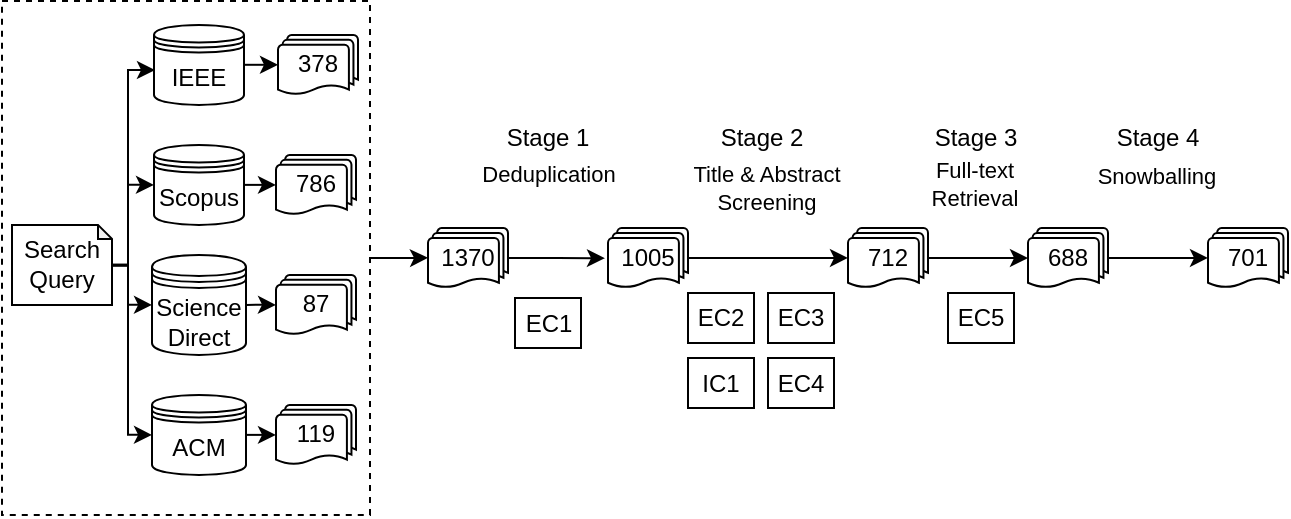
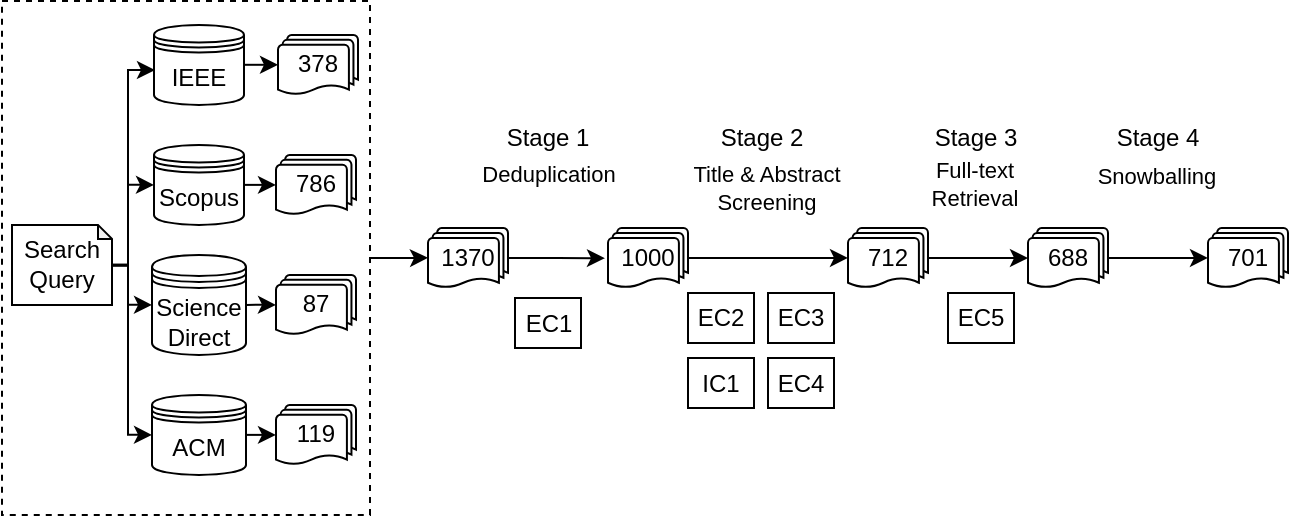
<mxfile host="app.diagrams.net" agent="Mozilla/5.0 (Windows NT 10.0; Win64; x64) AppleWebKit/537.36 (KHTML, like Gecko) Chrome/145.0.0.0 Safari/537.36">
  <diagram name="Page-1" id="EPD-pxOS8JDJHKGQRMdU">
-     <mxGraphModel dx="667" dy="357" grid="1" gridSize="10" guides="1" tooltips="1" connect="1" arrows="1" fold="1" page="1" pageScale="1" pageWidth="850" pageHeight="1100" math="0" shadow="0">
+     <mxGraphModel dx="728" dy="390" grid="1" gridSize="10" guides="1" tooltips="1" connect="1" arrows="1" fold="1" page="1" pageScale="1" pageWidth="850" pageHeight="1100" math="0" shadow="0">
      <root>
        <mxCell id="0" />
        <mxCell id="1" parent="0" />
        <mxCell id="lcWgrL02LOkPsSpJKyJC-1" edge="1" parent="1" source="lcWgrL02LOkPsSpJKyJC-2" style="edgeStyle=orthogonalEdgeStyle;rounded=0;orthogonalLoop=1;jettySize=auto;html=1;">
          <mxGeometry relative="1" as="geometry">
            <mxPoint x="360" y="204.87" as="targetPoint" />
          </mxGeometry>
        </mxCell>
        <mxCell id="lcWgrL02LOkPsSpJKyJC-2" parent="1" style="rounded=0;whiteSpace=wrap;html=1;dashed=1;movable=1;resizable=1;rotatable=1;deletable=1;editable=1;locked=0;connectable=1;" value="" vertex="1">
          <mxGeometry height="256.88" width="184" x="147" y="76.56" as="geometry" />
        </mxCell>
        <mxCell id="lcWgrL02LOkPsSpJKyJC-3" edge="1" parent="1" source="lcWgrL02LOkPsSpJKyJC-4" style="edgeStyle=orthogonalEdgeStyle;rounded=0;orthogonalLoop=1;jettySize=auto;html=1;entryX=0.011;entryY=0.565;entryDx=0;entryDy=0;entryPerimeter=0;" target="lcWgrL02LOkPsSpJKyJC-6">
          <mxGeometry relative="1" as="geometry">
            <Array as="points">
              <mxPoint x="210" y="208.44" />
              <mxPoint x="210" y="111.44" />
            </Array>
          </mxGeometry>
        </mxCell>
        <mxCell id="EugBpm1d8dsiI0s80T5x-1" edge="1" parent="1" source="lcWgrL02LOkPsSpJKyJC-4" style="edgeStyle=orthogonalEdgeStyle;rounded=0;orthogonalLoop=1;jettySize=auto;html=1;entryX=0;entryY=0.5;entryDx=0;entryDy=0;exitX=1.002;exitY=0.51;exitDx=0;exitDy=0;exitPerimeter=0;" target="uM7LAKjQwFEnnQu7Dd1V-1">
          <mxGeometry relative="1" as="geometry">
            <Array as="points">
              <mxPoint x="210" y="208.44" />
              <mxPoint x="210" y="228.44" />
            </Array>
          </mxGeometry>
        </mxCell>
        <mxCell id="EugBpm1d8dsiI0s80T5x-2" edge="1" parent="1" source="lcWgrL02LOkPsSpJKyJC-4" style="edgeStyle=orthogonalEdgeStyle;rounded=0;orthogonalLoop=1;jettySize=auto;html=1;entryX=0;entryY=0.5;entryDx=0;entryDy=0;" target="uM7LAKjQwFEnnQu7Dd1V-5">
          <mxGeometry relative="1" as="geometry">
            <Array as="points">
              <mxPoint x="210" y="208.44" />
              <mxPoint x="210" y="293.44" />
            </Array>
          </mxGeometry>
        </mxCell>
        <mxCell id="lcWgrL02LOkPsSpJKyJC-4" parent="1" style="shape=note;whiteSpace=wrap;html=1;backgroundOutline=1;darkOpacity=0.05;size=7;" value="Search&lt;div&gt;Query&lt;/div&gt;" vertex="1">
          <mxGeometry height="40" width="50" x="152" y="188.44" as="geometry" />
        </mxCell>
        <mxCell id="lcWgrL02LOkPsSpJKyJC-5" parent="1" style="shape=datastore;whiteSpace=wrap;html=1;" value="Scopus" vertex="1">
          <mxGeometry height="40" width="45" x="223" y="148.44" as="geometry" />
        </mxCell>
        <mxCell id="lcWgrL02LOkPsSpJKyJC-6" parent="1" style="shape=datastore;whiteSpace=wrap;html=1;" value="IEEE" vertex="1">
          <mxGeometry height="40" width="45" x="223" y="88.44" as="geometry" />
        </mxCell>
        <mxCell id="lcWgrL02LOkPsSpJKyJC-7" edge="1" parent="1" source="lcWgrL02LOkPsSpJKyJC-4" style="edgeStyle=orthogonalEdgeStyle;rounded=0;orthogonalLoop=1;jettySize=auto;html=1;entryX=0;entryY=0.5;entryDx=0;entryDy=0;exitX=1;exitY=0.504;exitDx=0;exitDy=0;exitPerimeter=0;" target="lcWgrL02LOkPsSpJKyJC-5">
          <mxGeometry relative="1" as="geometry">
            <Array as="points">
              <mxPoint x="210" y="208.44" />
              <mxPoint x="210" y="168.44" />
            </Array>
            <mxPoint x="170" y="138.44" as="sourcePoint" />
          </mxGeometry>
        </mxCell>
        <mxCell id="lcWgrL02LOkPsSpJKyJC-8" parent="1" style="strokeWidth=1;html=1;shape=mxgraph.flowchart.multi-document;whiteSpace=wrap;" value="786" vertex="1">
          <mxGeometry height="30" width="40" x="284" y="153.44" as="geometry" />
        </mxCell>
        <mxCell id="lcWgrL02LOkPsSpJKyJC-9" parent="1" style="strokeWidth=1;html=1;shape=mxgraph.flowchart.multi-document;whiteSpace=wrap;" value="378" vertex="1">
          <mxGeometry height="30" width="40" x="285" y="93.44" as="geometry" />
        </mxCell>
        <mxCell id="lcWgrL02LOkPsSpJKyJC-12" edge="1" parent="1" source="lcWgrL02LOkPsSpJKyJC-14" style="edgeStyle=orthogonalEdgeStyle;rounded=0;orthogonalLoop=1;jettySize=auto;html=1;entryX=-0.038;entryY=0.504;entryDx=0;entryDy=0;entryPerimeter=0;" target="lcWgrL02LOkPsSpJKyJC-17">
          <mxGeometry relative="1" as="geometry">
            <mxPoint x="470" y="205" as="targetPoint" />
          </mxGeometry>
        </mxCell>
        <mxCell id="lcWgrL02LOkPsSpJKyJC-13" connectable="0" parent="lcWgrL02LOkPsSpJKyJC-12" style="edgeLabel;html=1;align=center;verticalAlign=middle;resizable=0;points=[];" value="Deduplication" vertex="1">
          <mxGeometry relative="1" x="-0.0065" y="-1" as="geometry">
            <mxPoint x="-4" y="-43" as="offset" />
          </mxGeometry>
        </mxCell>
        <mxCell id="lcWgrL02LOkPsSpJKyJC-14" parent="1" style="strokeWidth=1;html=1;shape=mxgraph.flowchart.multi-document;whiteSpace=wrap;" value="1370" vertex="1">
          <mxGeometry height="30" width="40" x="360" y="190" as="geometry" />
        </mxCell>
        <mxCell id="lcWgrL02LOkPsSpJKyJC-15" edge="1" parent="1" source="lcWgrL02LOkPsSpJKyJC-17" style="edgeStyle=orthogonalEdgeStyle;rounded=0;orthogonalLoop=1;jettySize=auto;html=1;entryX=0;entryY=0.5;entryDx=0;entryDy=0;entryPerimeter=0;" target="lcWgrL02LOkPsSpJKyJC-19">
          <mxGeometry relative="1" as="geometry">
            <Array as="points" />
            <mxPoint x="570" y="205.00000000000006" as="targetPoint" />
          </mxGeometry>
        </mxCell>
        <mxCell id="lcWgrL02LOkPsSpJKyJC-16" connectable="0" parent="lcWgrL02LOkPsSpJKyJC-15" style="edgeLabel;html=1;align=center;verticalAlign=middle;resizable=0;points=[];" value="Title &amp;amp; Abstract&lt;div&gt;Screening&lt;/div&gt;" vertex="1">
          <mxGeometry relative="1" x="-0.1294" y="-1" as="geometry">
            <mxPoint x="4" y="-36" as="offset" />
          </mxGeometry>
        </mxCell>
-         <mxCell id="lcWgrL02LOkPsSpJKyJC-17" parent="1" style="strokeWidth=1;html=1;shape=mxgraph.flowchart.multi-document;whiteSpace=wrap;" value="1005" vertex="1">
+         <mxCell id="lcWgrL02LOkPsSpJKyJC-17" parent="1" style="strokeWidth=1;html=1;shape=mxgraph.flowchart.multi-document;whiteSpace=wrap;" value="1000" vertex="1">
          <mxGeometry height="30" width="40" x="450" y="189.99" as="geometry" />
        </mxCell>
        <mxCell id="lcWgrL02LOkPsSpJKyJC-18" parent="1" style="rounded=0;whiteSpace=wrap;html=1;" value="EC1" vertex="1">
          <mxGeometry height="25" width="33" x="403.5" y="225" as="geometry" />
        </mxCell>
        <mxCell id="lcWgrL02LOkPsSpJKyJC-19" parent="1" style="strokeWidth=1;html=1;shape=mxgraph.flowchart.multi-document;whiteSpace=wrap;" value="712" vertex="1">
          <mxGeometry height="30" width="40" x="570" y="189.99" as="geometry" />
        </mxCell>
        <mxCell id="lcWgrL02LOkPsSpJKyJC-20" parent="1" style="rounded=0;whiteSpace=wrap;html=1;" value="EC2" vertex="1">
          <mxGeometry height="25" width="33" x="490" y="222.5" as="geometry" />
        </mxCell>
        <mxCell id="lcWgrL02LOkPsSpJKyJC-21" parent="1" style="rounded=0;whiteSpace=wrap;html=1;" value="EC3" vertex="1">
          <mxGeometry height="25" width="33" x="530" y="222.5" as="geometry" />
        </mxCell>
        <mxCell id="lcWgrL02LOkPsSpJKyJC-22" parent="1" style="rounded=0;whiteSpace=wrap;html=1;" value="EC4" vertex="1">
          <mxGeometry height="25" width="33" x="530" y="255" as="geometry" />
        </mxCell>
        <mxCell id="3dYulXDm6Khn9t_g3C1X-1" edge="1" parent="1" source="lcWgrL02LOkPsSpJKyJC-23" style="edgeStyle=orthogonalEdgeStyle;rounded=0;orthogonalLoop=1;jettySize=auto;html=1;entryX=0;entryY=0.5;entryDx=0;entryDy=0;entryPerimeter=0;" target="3dYulXDm6Khn9t_g3C1X-2">
          <mxGeometry relative="1" as="geometry">
            <mxPoint x="850" y="205" as="targetPoint" />
          </mxGeometry>
        </mxCell>
        <mxCell id="3dYulXDm6Khn9t_g3C1X-3" connectable="0" parent="3dYulXDm6Khn9t_g3C1X-1" style="edgeLabel;html=1;align=center;verticalAlign=middle;resizable=0;points=[];" value="Snowballing" vertex="1">
          <mxGeometry relative="1" x="-0.0421" as="geometry">
            <mxPoint y="-41" as="offset" />
          </mxGeometry>
        </mxCell>
        <mxCell id="lcWgrL02LOkPsSpJKyJC-23" parent="1" style="strokeWidth=1;html=1;shape=mxgraph.flowchart.multi-document;whiteSpace=wrap;" value="688" vertex="1">
          <mxGeometry height="30" width="40" x="660" y="190" as="geometry" />
        </mxCell>
        <mxCell id="lcWgrL02LOkPsSpJKyJC-24" edge="1" parent="1" source="lcWgrL02LOkPsSpJKyJC-19" style="edgeStyle=orthogonalEdgeStyle;rounded=0;orthogonalLoop=1;jettySize=auto;html=1;entryX=0;entryY=0.5;entryDx=0;entryDy=0;entryPerimeter=0;" target="lcWgrL02LOkPsSpJKyJC-23">
          <mxGeometry relative="1" as="geometry" />
        </mxCell>
        <mxCell id="lcWgrL02LOkPsSpJKyJC-25" connectable="0" parent="lcWgrL02LOkPsSpJKyJC-24" style="edgeLabel;html=1;align=center;verticalAlign=middle;resizable=0;points=[];" value="Full-text&lt;div&gt;Retrieval&lt;/div&gt;" vertex="1">
          <mxGeometry relative="1" x="-0.1099" y="1" as="geometry">
            <mxPoint y="-36" as="offset" />
          </mxGeometry>
        </mxCell>
        <mxCell id="lcWgrL02LOkPsSpJKyJC-26" parent="1" style="rounded=0;whiteSpace=wrap;html=1;" value="EC5" vertex="1">
          <mxGeometry height="25" width="33" x="620" y="222.5" as="geometry" />
        </mxCell>
        <mxCell id="lcWgrL02LOkPsSpJKyJC-27" parent="1" style="rounded=0;whiteSpace=wrap;html=1;" value="IC1" vertex="1">
          <mxGeometry height="25" width="33" x="490" y="255" as="geometry" />
        </mxCell>
        <mxCell id="lcWgrL02LOkPsSpJKyJC-28" parent="1" style="text;html=1;whiteSpace=wrap;strokeColor=none;fillColor=none;align=center;verticalAlign=middle;rounded=0;" value="Stage 1" vertex="1">
          <mxGeometry height="30" width="60" x="390" y="130" as="geometry" />
        </mxCell>
        <mxCell id="lcWgrL02LOkPsSpJKyJC-29" parent="1" style="text;html=1;whiteSpace=wrap;strokeColor=none;fillColor=none;align=center;verticalAlign=middle;rounded=0;" value="Stage 2" vertex="1">
          <mxGeometry height="30" width="60" x="497" y="130" as="geometry" />
        </mxCell>
        <mxCell id="lcWgrL02LOkPsSpJKyJC-30" parent="1" style="text;html=1;whiteSpace=wrap;strokeColor=none;fillColor=none;align=center;verticalAlign=middle;rounded=0;" value="Stage 3" vertex="1">
          <mxGeometry height="30" width="60" x="604" y="130" as="geometry" />
        </mxCell>
        <mxCell id="3dYulXDm6Khn9t_g3C1X-2" parent="1" style="strokeWidth=1;html=1;shape=mxgraph.flowchart.multi-document;whiteSpace=wrap;" value="701" vertex="1">
          <mxGeometry height="30" width="40" x="750" y="189.99" as="geometry" />
        </mxCell>
        <mxCell id="3dYulXDm6Khn9t_g3C1X-7" parent="1" style="text;html=1;whiteSpace=wrap;strokeColor=none;fillColor=none;align=center;verticalAlign=middle;rounded=0;" value="Stage 4" vertex="1">
          <mxGeometry height="30" width="60" x="695" y="130" as="geometry" />
        </mxCell>
        <mxCell id="3dYulXDm6Khn9t_g3C1X-10" edge="1" parent="1" source="lcWgrL02LOkPsSpJKyJC-5" style="edgeStyle=orthogonalEdgeStyle;rounded=0;orthogonalLoop=1;jettySize=auto;html=1;entryX=0;entryY=0.5;entryDx=0;entryDy=0;entryPerimeter=0;" target="lcWgrL02LOkPsSpJKyJC-8">
          <mxGeometry relative="1" as="geometry">
            <Array as="points">
              <mxPoint x="260" y="168.44" />
              <mxPoint x="260" y="168.44" />
            </Array>
          </mxGeometry>
        </mxCell>
        <mxCell id="3dYulXDm6Khn9t_g3C1X-11" edge="1" parent="1" source="lcWgrL02LOkPsSpJKyJC-6" style="edgeStyle=orthogonalEdgeStyle;rounded=0;orthogonalLoop=1;jettySize=auto;html=1;entryX=0;entryY=0.5;entryDx=0;entryDy=0;entryPerimeter=0;" target="lcWgrL02LOkPsSpJKyJC-9">
          <mxGeometry relative="1" as="geometry">
            <Array as="points">
              <mxPoint x="285" y="108.44" />
            </Array>
          </mxGeometry>
        </mxCell>
        <mxCell id="3dYulXDm6Khn9t_g3C1X-12" edge="1" parent="1" source="lcWgrL02LOkPsSpJKyJC-22" style="edgeStyle=orthogonalEdgeStyle;rounded=0;orthogonalLoop=1;jettySize=auto;html=1;exitX=0.5;exitY=1;exitDx=0;exitDy=0;" target="lcWgrL02LOkPsSpJKyJC-22">
          <mxGeometry relative="1" as="geometry" />
        </mxCell>
        <mxCell id="uM7LAKjQwFEnnQu7Dd1V-1" parent="1" style="shape=datastore;whiteSpace=wrap;html=1;" value="Science&lt;div&gt;Direct&lt;/div&gt;" vertex="1">
          <mxGeometry height="50" width="47" x="222" y="203.44" as="geometry" />
        </mxCell>
        <mxCell id="uM7LAKjQwFEnnQu7Dd1V-2" parent="1" style="strokeWidth=1;html=1;shape=mxgraph.flowchart.multi-document;whiteSpace=wrap;" value="87" vertex="1">
          <mxGeometry height="30" width="40" x="284" y="213.44" as="geometry" />
        </mxCell>
        <mxCell id="uM7LAKjQwFEnnQu7Dd1V-5" parent="1" style="shape=datastore;whiteSpace=wrap;html=1;" value="ACM" vertex="1">
          <mxGeometry height="40" width="47" x="222" y="273.44" as="geometry" />
        </mxCell>
        <mxCell id="uM7LAKjQwFEnnQu7Dd1V-6" parent="1" style="strokeWidth=1;html=1;shape=mxgraph.flowchart.multi-document;whiteSpace=wrap;" value="119" vertex="1">
          <mxGeometry height="30" width="40" x="284" y="278.44" as="geometry" />
        </mxCell>
        <mxCell id="EugBpm1d8dsiI0s80T5x-3" edge="1" parent="1" source="uM7LAKjQwFEnnQu7Dd1V-1" style="edgeStyle=orthogonalEdgeStyle;rounded=0;orthogonalLoop=1;jettySize=auto;html=1;entryX=0;entryY=0.5;entryDx=0;entryDy=0;entryPerimeter=0;exitX=1;exitY=0.5;exitDx=0;exitDy=0;" target="uM7LAKjQwFEnnQu7Dd1V-2">
          <mxGeometry relative="1" as="geometry">
            <Array as="points">
              <mxPoint x="280" y="228.44" />
              <mxPoint x="280" y="228.44" />
            </Array>
            <mxPoint x="280" y="228.44" as="targetPoint" />
          </mxGeometry>
        </mxCell>
        <mxCell id="EugBpm1d8dsiI0s80T5x-4" edge="1" parent="1" source="uM7LAKjQwFEnnQu7Dd1V-5" style="edgeStyle=orthogonalEdgeStyle;rounded=0;orthogonalLoop=1;jettySize=auto;html=1;entryX=0;entryY=0.5;entryDx=0;entryDy=0;entryPerimeter=0;exitX=1;exitY=0.5;exitDx=0;exitDy=0;" target="uM7LAKjQwFEnnQu7Dd1V-6">
          <mxGeometry relative="1" as="geometry" />
        </mxCell>
      </root>
    </mxGraphModel>
  </diagram>
</mxfile>
